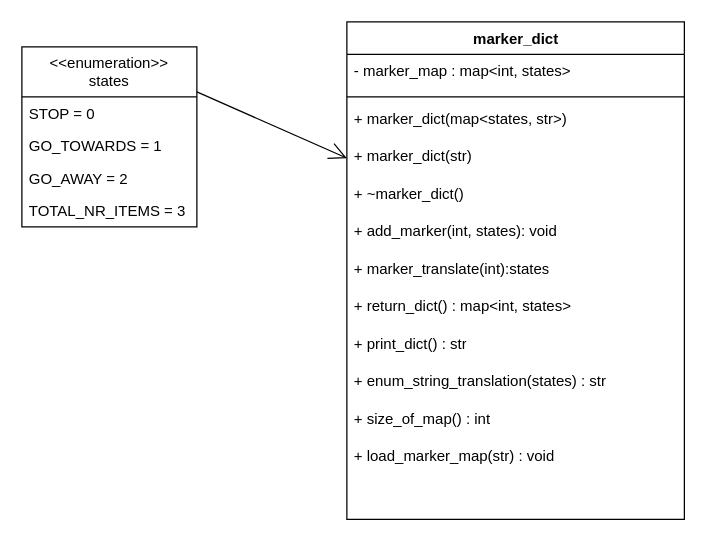
The draw.io diagram interim/Untitled Diagram.drawio in mxwlc/ee2project-2024-robot-power, before the edit. Source tidied: cells renumbered, new cells numbered last; positions are measured from the earlier drawing's top-left corner, leaving out a move shared by most shapes. Both pictures are drawn from the tidied source at 125%, with x=0, y=0 at pixel (21, 21).
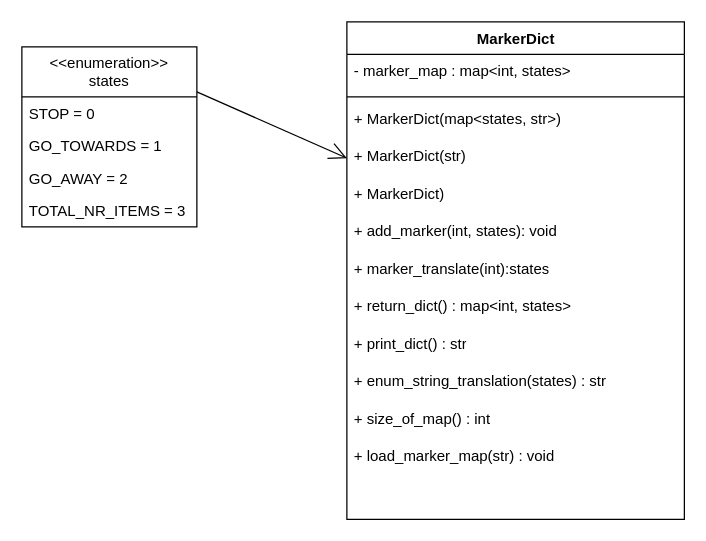
Above is the later version.

The edit, as a diff of the source:
```diff
@@
-    <mxCell id="2" value="&lt;font face=&quot;Helvetica&quot;&gt;marker_dict&lt;/font&gt;" style="swimlane;html=1;fontStyle=1;align=center;verticalAlign=top;horizontal=1;startSize=26;swimlaneFillColor=#ffffff;rounded=0;shadow=0;comic=0;labelBackgroundColor=none;strokeWidth=1;fillColor=none;fontFamily=Verdana;fontSize=12;" parent="1" vertex="1">
+    <mxCell id="2" value="&lt;font face=&quot;Helvetica&quot;&gt;MarkerDict&lt;/font&gt;" style="swimlane;html=1;fontStyle=1;align=center;verticalAlign=top;horizontal=1;startSize=26;swimlaneFillColor=#ffffff;rounded=0;shadow=0;comic=0;labelBackgroundColor=none;strokeWidth=1;fillColor=none;fontFamily=Verdana;fontSize=12;" parent="1" vertex="1">
       <mxGeometry x="260" width="270" height="398" as="geometry" />
     </mxCell>
@@
-    <mxCell id="5" value="+ marker_dict(map&amp;lt;states, str&amp;gt;)" style="text;html=1;strokeColor=none;fillColor=none;align=left;verticalAlign=top;spacingLeft=4;spacingRight=4;whiteSpace=wrap;overflow=hidden;" parent="2" vertex="1">
+    <mxCell id="5" value="+ MarkerDict(map&amp;lt;states, str&amp;gt;)" style="text;html=1;strokeColor=none;fillColor=none;align=left;verticalAlign=top;spacingLeft=4;spacingRight=4;whiteSpace=wrap;overflow=hidden;" parent="2" vertex="1">
       <mxGeometry y="64" width="270" height="30" as="geometry" />
     </mxCell>
-    <mxCell id="6" value="+ marker_dict(str)" style="text;html=1;strokeColor=none;fillColor=none;align=left;verticalAlign=top;spacingLeft=4;spacingRight=4;whiteSpace=wrap;overflow=hidden;points=[[0,0.5],[1,0.5]];portConstraint=eastwest;" parent="2" vertex="1">
+    <mxCell id="6" value="+ MarkerDict(str)" style="text;html=1;strokeColor=none;fillColor=none;align=left;verticalAlign=top;spacingLeft=4;spacingRight=4;whiteSpace=wrap;overflow=hidden;points=[[0,0.5],[1,0.5]];portConstraint=eastwest;" parent="2" vertex="1">
       <mxGeometry y="94" width="270" height="30" as="geometry" />
     </mxCell>
-    <mxCell id="7" value="+ ~marker_dict()" style="text;html=1;strokeColor=none;fillColor=none;align=left;verticalAlign=top;spacingLeft=4;spacingRight=4;whiteSpace=wrap;overflow=hidden;" parent="2" vertex="1">
+    <mxCell id="7" value="+ MarkerDict)" style="text;html=1;strokeColor=none;fillColor=none;align=left;verticalAlign=top;spacingLeft=4;spacingRight=4;whiteSpace=wrap;overflow=hidden;" parent="2" vertex="1">
       <mxGeometry y="124" width="270" height="30" as="geometry" />
     </mxCell>
```
